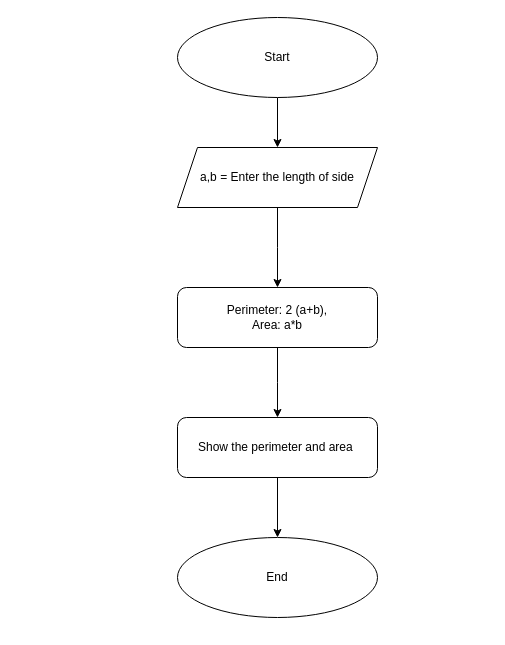
Faigism/Assignment_code keeps this draw.io diagram as page "Page-3" (3 of 10) of Untitled Diagram.drawio. Above is the earlier version. Source tidied: cells renumbered, new cells numbered last; positions are measured from the earlier drawing's top-left corner, leaving out a move shared by most shapes. Both pictures are drawn from the tidied source at 100%, with x=0, y=0 at pixel (177, 17).
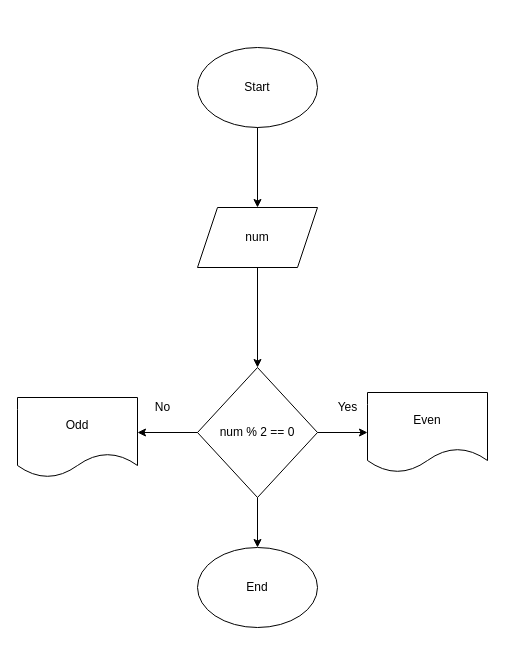
Above is the later version.

The edit, as a diff of the source:
```diff
@@
 <mxGraphModel>
   <root>
     <mxCell id="0" />
     <mxCell id="1" parent="0" />
-    <mxCell id="2" style="edgeStyle=orthogonalEdgeStyle;rounded=0;jettySize=auto;html=1;exitX=0.5;exitY=1;exitDx=0;exitDy=0;" parent="1" edge="1" source="3" target="5">
-      <mxGeometry relative="1" as="geometry" />
-    </mxCell>
     <mxCell id="3" value="Start" style="ellipse;whiteSpace=wrap;html=1;" parent="1" vertex="1">
-      <mxGeometry width="200" height="80" as="geometry" />
+      <mxGeometry x="20" y="30" width="120" height="80" as="geometry" />
     </mxCell>
-    <mxCell id="4" style="edgeStyle=orthogonalEdgeStyle;rounded=0;jettySize=auto;html=1;exitX=0.5;exitY=1;exitDx=0;exitDy=0;" parent="1" edge="1" source="5">
-      <mxGeometry relative="1" as="geometry">
-        <mxPoint x="100" y="270" as="targetPoint" />
-      </mxGeometry>
-    </mxCell>
-    <mxCell id="5" value="a,b = Enter the length of side" style="shape=parallelogram;perimeter=parallelogramPerimeter;whiteSpace=wrap;html=1;fixedSize=1;" parent="1" vertex="1">
-      <mxGeometry y="130" width="200" height="60" as="geometry" />
-    </mxCell>
-    <mxCell id="6" style="edgeStyle=orthogonalEdgeStyle;rounded=0;jettySize=auto;html=1;exitX=0.5;exitY=1;exitDx=0;exitDy=0;" parent="1" edge="1" source="7">
-      <mxGeometry relative="1" as="geometry">
-        <mxPoint x="100" y="400" as="targetPoint" />
-      </mxGeometry>
-    </mxCell>
-    <mxCell id="7" value="Perimeter: 2 (a+b),&lt;br&gt;Area: a*b" style="rounded=1;whiteSpace=wrap;html=1;" parent="1" vertex="1">
-      <mxGeometry y="270" width="200" height="60" as="geometry" />
-    </mxCell>
-    <mxCell id="8" style="edgeStyle=orthogonalEdgeStyle;rounded=0;jettySize=auto;html=1;exitX=0.5;exitY=1;exitDx=0;exitDy=0;" parent="1" edge="1" source="9" target="10">
-      <mxGeometry relative="1" as="geometry" />
-    </mxCell>
-    <mxCell id="9" value="Show the perimeter and area&amp;nbsp;" style="rounded=1;whiteSpace=wrap;html=1;" parent="1" vertex="1">
-      <mxGeometry y="400" width="200" height="60" as="geometry" />
-    </mxCell>
+    <mxCell id="11" value="num" style="shape=parallelogram;perimeter=parallelogramPerimeter;whiteSpace=wrap;html=1;fixedSize=1;" parent="1" vertex="1">
+      <mxGeometry x="20" y="190" width="120" height="60" as="geometry" />
+    </mxCell>
+    <mxCell id="12" style="endArrow=classic;html=1;rounded=0;exitX=0.5;exitY=1;exitDx=0;exitDy=0;entryX=0.5;entryY=0;entryDx=0;entryDy=0;" parent="1" edge="1" source="3" target="11">
+      <mxGeometry relative="1" as="geometry" />
+    </mxCell>
+    <mxCell id="13" value="num % 2 == 0" style="rhombus;whiteSpace=wrap;html=1;" parent="1" vertex="1">
+      <mxGeometry x="20" y="350" width="120" height="130" as="geometry" />
+    </mxCell>
+    <mxCell id="14" style="endArrow=classic;html=1;rounded=0;exitX=0.5;exitY=1;exitDx=0;exitDy=0;entryX=0.5;entryY=0;entryDx=0;entryDy=0;" parent="1" edge="1" source="11" target="13">
+      <mxGeometry relative="1" as="geometry" />
+    </mxCell>
+    <mxCell id="15" style="endArrow=classic;html=1;rounded=0;exitX=1;exitY=0.5;exitDx=0;exitDy=0;" parent="1" edge="1" source="13">
+      <mxGeometry relative="1" as="geometry">
+        <mxPoint x="190" y="415" as="targetPoint" />
+      </mxGeometry>
+    </mxCell>
+    <mxCell id="16" style="endArrow=classic;html=1;rounded=0;exitX=0;exitY=0.5;exitDx=0;exitDy=0;" parent="1" edge="1" source="13">
+      <mxGeometry relative="1" as="geometry">
+        <mxPoint x="-40" y="415" as="targetPoint" />
+      </mxGeometry>
+    </mxCell>
+    <mxCell id="17" value="Yes" style="text;html=1;align=center;verticalAlign=middle;strokeColor=none;fillColor=none;" parent="1" vertex="1">
+      <mxGeometry x="150" y="375" width="40" height="30" as="geometry" />
+    </mxCell>
+    <mxCell id="18" value="No" style="text;html=1;align=center;verticalAlign=middle;strokeColor=none;fillColor=none;" parent="1" vertex="1">
+      <mxGeometry x="-35" y="375" width="40" height="30" as="geometry" />
+    </mxCell>
     <mxCell id="10" value="End" style="ellipse;whiteSpace=wrap;html=1;" parent="1" vertex="1">
-      <mxGeometry y="520" width="200" height="80" as="geometry" />
+      <mxGeometry x="20" y="530" width="120" height="80" as="geometry" />
     </mxCell>
+    <mxCell id="19" style="endArrow=classic;html=1;rounded=0;exitX=0.5;exitY=1;exitDx=0;exitDy=0;entryX=0.5;entryY=0;entryDx=0;entryDy=0;" parent="1" edge="1" source="13" target="10">
+      <mxGeometry relative="1" as="geometry" />
+    </mxCell>
+    <mxCell id="20" value="Even" style="shape=document;whiteSpace=wrap;html=1;boundedLbl=1;" parent="1" vertex="1">
+      <mxGeometry x="190" y="375" width="120" height="80" as="geometry" />
+    </mxCell>
+    <mxCell id="21" value="Odd" style="shape=document;whiteSpace=wrap;html=1;boundedLbl=1;" parent="1" vertex="1">
+      <mxGeometry x="-160" y="380" width="120" height="80" as="geometry" />
+    </mxCell>
   </root>
 </mxGraphModel>
```
